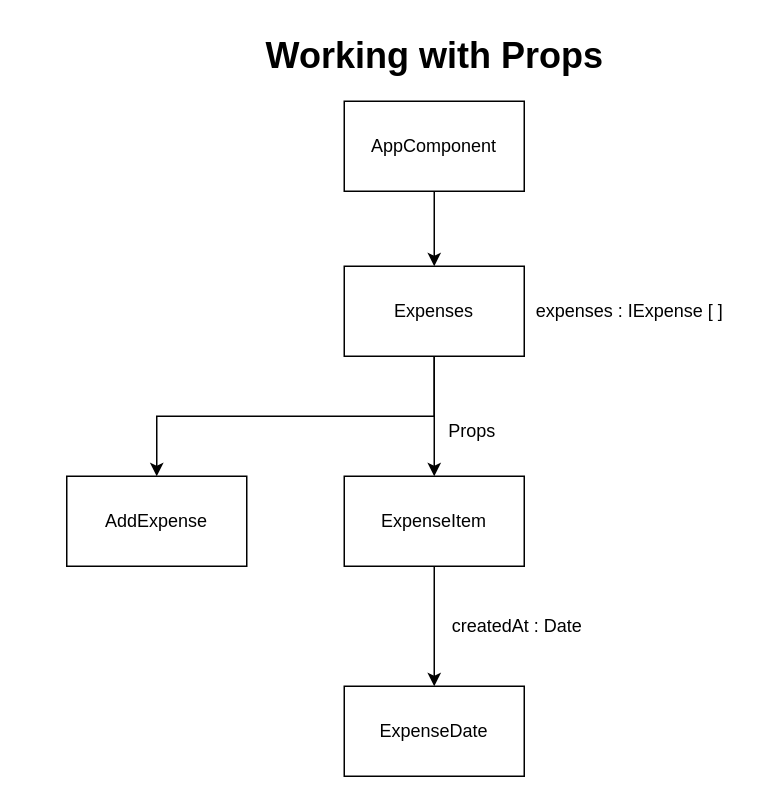
This is page "Page-5" (5 of 5) of diagrams.drawio from synergy2411/brillio-react-apr22, a draw.io file, before an edit. Source tidied: cells renumbered, new cells numbered last; positions are measured from the earlier drawing's top-left corner, leaving out a move shared by most shapes. Both pictures are drawn from the tidied source at 150%, with x=0, y=0 at pixel (66, 26).
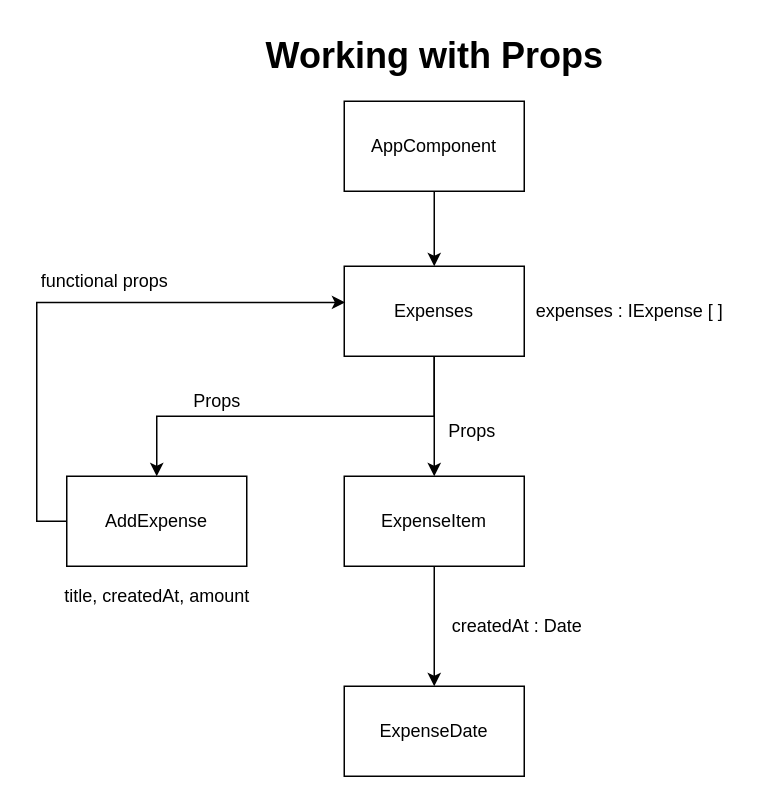
The same diagram, later.

The edit, as a diff of the source:
```diff
@@
 <mxGraphModel>
   <root>
     <mxCell id="0" />
     <mxCell id="1" parent="0" />
     <mxCell id="2" style="edgeStyle=orthogonalEdgeStyle;rounded=0;jettySize=auto;html=1;" parent="1" edge="1" source="4" target="6">
       <mxGeometry relative="1" as="geometry" />
     </mxCell>
     <mxCell id="3" style="edgeStyle=orthogonalEdgeStyle;rounded=0;jettySize=auto;html=1;exitX=0.5;exitY=1;exitDx=0;exitDy=0;entryX=0.5;entryY=0;entryDx=0;entryDy=0;" parent="1" edge="1" source="4" target="14">
       <mxGeometry relative="1" as="geometry" />
     </mxCell>
     <mxCell id="4" value="Expenses" style="rounded=0;whiteSpace=wrap;html=1;" parent="1" vertex="1">
       <mxGeometry x="185" y="160" width="120" height="60" as="geometry" />
     </mxCell>
     <mxCell id="5" style="edgeStyle=orthogonalEdgeStyle;rounded=0;jettySize=auto;html=1;" parent="1" edge="1" source="6" target="12">
       <mxGeometry relative="1" as="geometry" />
     </mxCell>
     <mxCell id="6" value="ExpenseItem" style="rounded=0;whiteSpace=wrap;html=1;" parent="1" vertex="1">
       <mxGeometry x="185" y="300" width="120" height="60" as="geometry" />
     </mxCell>
     <mxCell id="7" value="Props" style="text;html=1;align=center;verticalAlign=middle;strokeColor=none;fillColor=none;" parent="1" vertex="1">
       <mxGeometry x="245" y="260" width="50" height="20" as="geometry" />
     </mxCell>
     <mxCell id="8" value="Working with Props" style="text;strokeColor=none;fillColor=none;html=1;fontSize=24;fontStyle=1;verticalAlign=middle;align=center;" parent="1" vertex="1">
       <mxGeometry x="195" width="100" height="40" as="geometry" />
     </mxCell>
     <mxCell id="9" style="edgeStyle=orthogonalEdgeStyle;rounded=0;jettySize=auto;html=1;exitX=0.5;exitY=1;exitDx=0;exitDy=0;entryX=0.5;entryY=0;entryDx=0;entryDy=0;" parent="1" edge="1" source="10" target="4">
       <mxGeometry relative="1" as="geometry" />
     </mxCell>
     <mxCell id="10" value="AppComponent" style="rounded=0;whiteSpace=wrap;html=1;" parent="1" vertex="1">
       <mxGeometry x="185" y="50" width="120" height="60" as="geometry" />
     </mxCell>
     <mxCell id="11" value="expenses : IExpense [ ]" style="text;html=1;align=center;verticalAlign=middle;strokeColor=none;fillColor=none;" parent="1" vertex="1">
       <mxGeometry x="305" y="180" width="140" height="20" as="geometry" />
     </mxCell>
     <mxCell id="12" value="ExpenseDate" style="rounded=0;whiteSpace=wrap;html=1;" parent="1" vertex="1">
       <mxGeometry x="185" y="440" width="120" height="60" as="geometry" />
     </mxCell>
     <mxCell id="13" value="createdAt : Date" style="text;html=1;align=center;verticalAlign=middle;strokeColor=none;fillColor=none;" parent="1" vertex="1">
       <mxGeometry x="250" y="390" width="100" height="20" as="geometry" />
     </mxCell>
+    <mxCell id="15" style="edgeStyle=orthogonalEdgeStyle;rounded=0;jettySize=auto;html=1;exitX=0;exitY=0.5;exitDx=0;exitDy=0;entryX=0.006;entryY=0.402;entryDx=0;entryDy=0;entryPerimeter=0;" parent="1" edge="1" source="14" target="4">
+      <mxGeometry relative="1" as="geometry" />
+    </mxCell>
     <mxCell id="14" value="AddExpense" style="rounded=0;whiteSpace=wrap;html=1;" parent="1" vertex="1">
       <mxGeometry y="300" width="120" height="60" as="geometry" />
     </mxCell>
+    <mxCell id="16" value="title, createdAt, amount" style="text;html=1;align=center;verticalAlign=middle;strokeColor=none;fillColor=none;" parent="1" vertex="1">
+      <mxGeometry x="-10" y="370" width="140" height="20" as="geometry" />
+    </mxCell>
+    <mxCell id="17" value="Props" style="text;html=1;align=center;verticalAlign=middle;strokeColor=none;fillColor=none;" parent="1" vertex="1">
+      <mxGeometry x="75" y="240" width="50" height="20" as="geometry" />
+    </mxCell>
+    <mxCell id="18" value="functional props" style="text;html=1;align=center;verticalAlign=middle;strokeColor=none;fillColor=none;" parent="1" vertex="1">
+      <mxGeometry x="-25" y="160" width="100" height="20" as="geometry" />
+    </mxCell>
   </root>
 </mxGraphModel>
```
